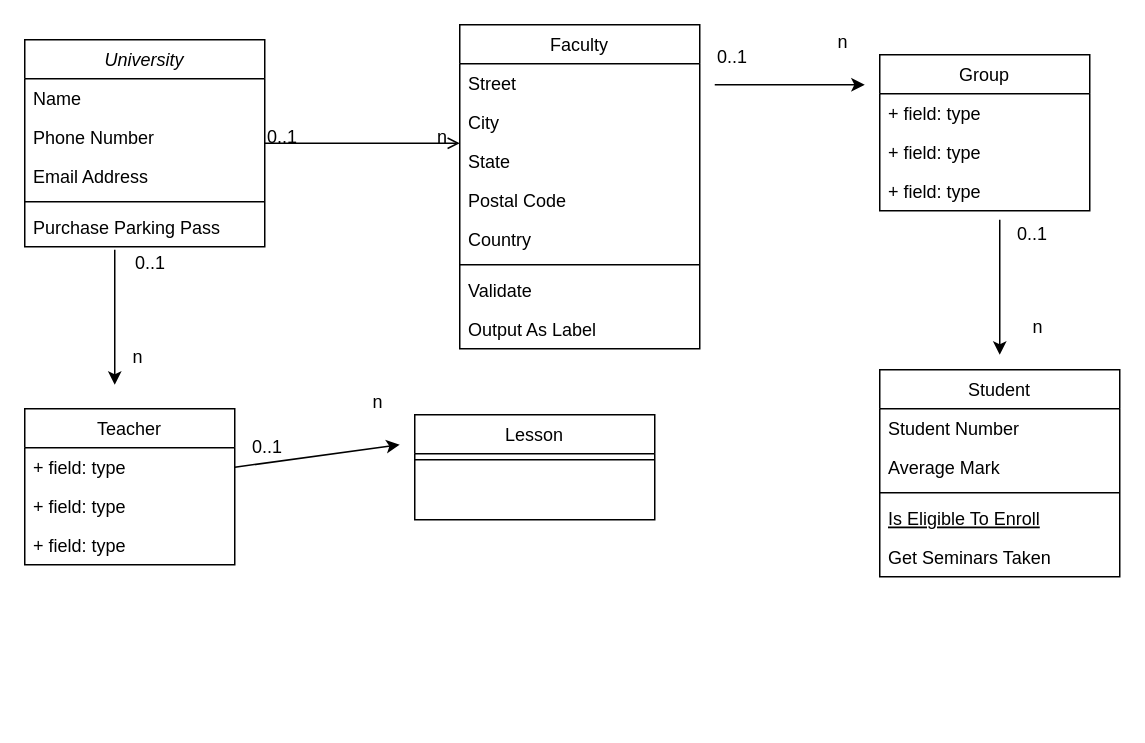
Earlier version of the draw.io diagram Untitled Diagram.drawio (Weather888/Diagrams). Source tidied: cells renumbered, new cells numbered last; positions are measured from the earlier drawing's top-left corner, leaving out a move shared by most shapes. Both pictures are drawn from the tidied source at 150%, with x=0, y=0 at pixel (24, 24).
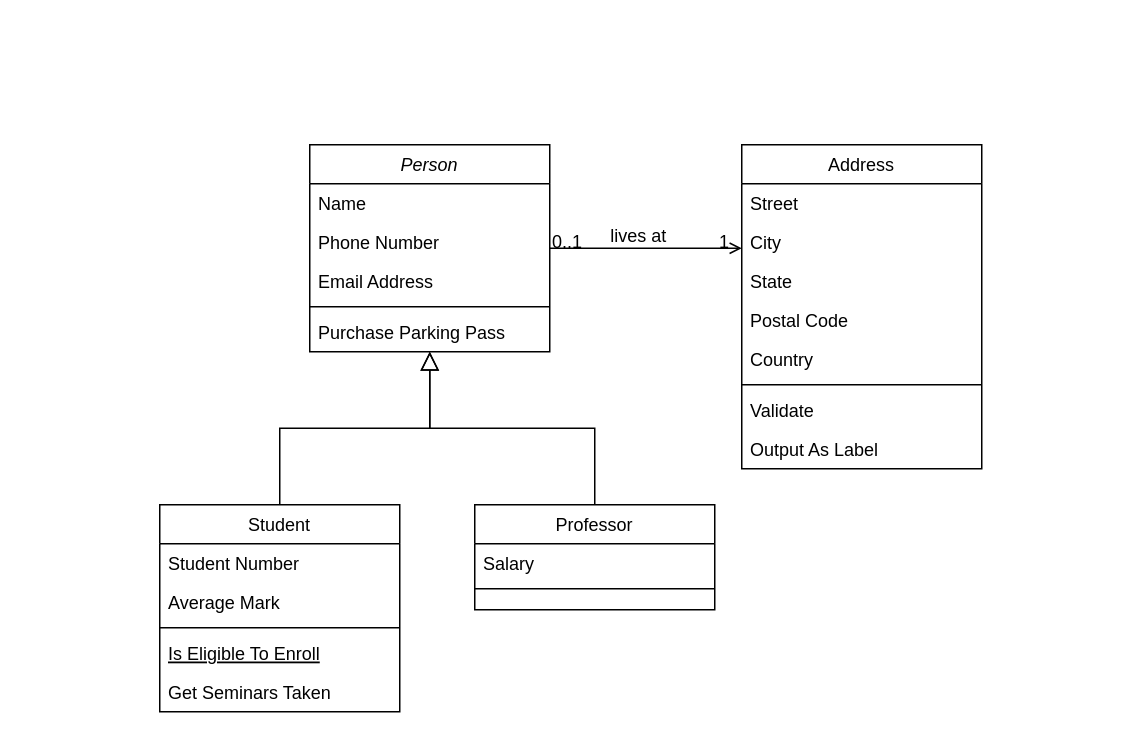
The same page after the edit.

Unchanged cells that the change refers to:
```xml
<mxCell id="25" style="endArrow=open;shadow=0;strokeWidth=1;rounded=0;endFill=1;edgeStyle=elbowEdgeStyle;elbow=vertical;" parent="1" edge="1" source="2" target="16">
  <mxGeometry x="0.5" y="41" relative="1" as="geometry">
    <mxPoint x="-40" y="32" as="offset" />
  </mxGeometry>
</mxCell>
```

Change to the diagram source:
```diff
@@
-    <mxCell id="2" value="University" style="swimlane;fontStyle=2;align=center;verticalAlign=top;horizontal=1;startSize=26;rounded=0;shadow=0;strokeWidth=1;" parent="1" vertex="1">
-      <mxGeometry y="10" width="160" height="138" as="geometry" />
+    <mxCell id="2" value="Person" style="swimlane;fontStyle=2;align=center;verticalAlign=top;horizontal=1;startSize=26;rounded=0;shadow=0;strokeWidth=1;" parent="1" vertex="1">
+      <mxGeometry x="190" y="80" width="160" height="138" as="geometry" />
     </mxCell>
@@
     <mxCell id="8" value="Student" style="swimlane;fontStyle=0;align=center;verticalAlign=top;horizontal=1;startSize=26;rounded=0;shadow=0;strokeWidth=1;" parent="1" vertex="1">
-      <mxGeometry x="570" y="230" width="160" height="138" as="geometry" />
+      <mxGeometry x="90" y="320" width="160" height="138" as="geometry" />
     </mxCell>
@@
+    <mxCell id="48" style="endArrow=block;endSize=10;endFill=0;shadow=0;strokeWidth=1;rounded=0;edgeStyle=elbowEdgeStyle;elbow=vertical;" parent="1" edge="1" source="8" target="2">
+      <mxGeometry relative="1" as="geometry" />
+    </mxCell>
-    <mxCell id="14" value="Lesson" style="swimlane;fontStyle=0;align=center;verticalAlign=top;horizontal=1;startSize=26;rounded=0;shadow=0;strokeWidth=1;" parent="1" vertex="1">
-      <mxGeometry x="260" y="260" width="160" height="70" as="geometry" />
+    <mxCell id="14" value="Professor" style="swimlane;fontStyle=0;align=center;verticalAlign=top;horizontal=1;startSize=26;rounded=0;shadow=0;strokeWidth=1;" parent="1" vertex="1">
+      <mxGeometry x="300" y="320" width="160" height="70" as="geometry" />
     </mxCell>
+    <mxCell id="49" value="Salary" style="text;align=left;verticalAlign=top;spacingLeft=4;spacingRight=4;overflow=hidden;" parent="14" vertex="1">
+      <mxGeometry y="26" width="160" height="26" as="geometry" />
+    </mxCell>
     <mxCell id="15" style="line;html=1;strokeWidth=1;align=left;verticalAlign=middle;spacingTop=-1;spacingLeft=3;spacingRight=3;labelPosition=right;" parent="14" vertex="1">
-      <mxGeometry y="26" width="160" height="8" as="geometry" />
+      <mxGeometry y="52" width="160" height="8" as="geometry" />
     </mxCell>
+    <mxCell id="50" style="endArrow=block;endSize=10;endFill=0;shadow=0;strokeWidth=1;rounded=0;edgeStyle=elbowEdgeStyle;elbow=vertical;" parent="1" edge="1" source="14" target="2">
+      <mxGeometry relative="1" as="geometry" />
+    </mxCell>
-    <mxCell id="16" value="Faculty" style="swimlane;fontStyle=0;align=center;verticalAlign=top;horizontal=1;startSize=26;rounded=0;shadow=0;strokeWidth=1;" parent="1" vertex="1">
-      <mxGeometry x="290" width="160" height="216" as="geometry" />
+    <mxCell id="16" value="Address" style="swimlane;fontStyle=0;align=center;verticalAlign=top;horizontal=1;startSize=26;rounded=0;shadow=0;strokeWidth=1;" parent="1" vertex="1">
+      <mxGeometry x="478" y="80" width="160" height="216" as="geometry" />
     </mxCell>
@@
-    <mxCell id="27" value="n" style="align=right;verticalAlign=bottom;labelBackgroundColor=none;fontSize=12;" parent="25" vertex="1">
+    <mxCell id="27" value="1" style="align=right;verticalAlign=bottom;labelBackgroundColor=none;fontSize=12;" parent="25" vertex="1">
       <mxGeometry x="1" relative="1" as="geometry">
         <mxPoint x="-7" y="4" as="offset" />
       </mxGeometry>
     </mxCell>
-    <mxCell id="28" value="Teacher" style="swimlane;fontStyle=0;horizontal=1;startSize=26;fillColor=none;" parent="1" vertex="1">
-      <mxGeometry y="256" width="140" height="104" as="geometry" />
-    </mxCell>
-    <mxCell id="29" value="+ field: type" style="text;strokeColor=none;fillColor=none;align=left;verticalAlign=top;spacingLeft=4;spacingRight=4;overflow=hidden;points=[[0,0.5],[1,0.5]];portConstraint=eastwest;" parent="28" vertex="1">
-      <mxGeometry y="26" width="140" height="26" as="geometry" />
-    </mxCell>
-    <mxCell id="30" value="+ field: type" style="text;strokeColor=none;fillColor=none;align=left;verticalAlign=top;spacingLeft=4;spacingRight=4;overflow=hidden;" parent="28" vertex="1">
-      <mxGeometry y="52" width="140" height="26" as="geometry" />
-    </mxCell>
-    <mxCell id="31" value="+ field: type" style="text;strokeColor=none;fillColor=none;align=left;verticalAlign=top;spacingLeft=4;spacingRight=4;overflow=hidden;" parent="28" vertex="1">
-      <mxGeometry y="78" width="140" height="26" as="geometry" />
-    </mxCell>
-    <mxCell id="32" style="endArrow=classic;html=1;rounded=0;" parent="1" edge="1">
-      <mxGeometry relative="1" as="geometry">
-        <mxPoint x="60" y="150" as="sourcePoint" />
-        <mxPoint x="60" y="240" as="targetPoint" />
-      </mxGeometry>
-    </mxCell>
-    <mxCell id="33" value="0..1" style="align=left;verticalAlign=bottom;labelBackgroundColor=none;fontSize=12;" parent="1" vertex="1">
-      <mxGeometry x="70" y="160" as="geometry">
-        <mxPoint x="2" y="7" as="offset" />
-      </mxGeometry>
-    </mxCell>
-    <mxCell id="34" value="n" style="align=right;verticalAlign=bottom;labelBackgroundColor=none;fontSize=12;" parent="1" vertex="1">
-      <mxGeometry x="80" y="230" as="geometry" />
-    </mxCell>
-    <mxCell id="35" style="endArrow=classic;html=1;rounded=0;exitX=1;exitY=0.5;exitDx=0;exitDy=0;" parent="1" edge="1" source="29">
-      <mxGeometry relative="1" as="geometry">
-        <mxPoint x="250" y="280" as="targetPoint" />
-      </mxGeometry>
-    </mxCell>
-    <mxCell id="36" value="0..1" style="align=left;verticalAlign=bottom;labelBackgroundColor=none;fontSize=12;" parent="1" vertex="1">
-      <mxGeometry x="148" y="283" as="geometry">
-        <mxPoint x="2" y="7" as="offset" />
-      </mxGeometry>
-    </mxCell>
-    <mxCell id="37" value="n" style="align=right;verticalAlign=bottom;labelBackgroundColor=none;fontSize=12;" parent="1" vertex="1">
-      <mxGeometry x="240" y="260" as="geometry" />
-    </mxCell>
-    <mxCell id="38" value="Group" style="swimlane;fontStyle=0;horizontal=1;startSize=26;fillColor=none;" parent="1" vertex="1">
-      <mxGeometry x="570" y="20" width="140" height="104" as="geometry" />
-    </mxCell>
-    <mxCell id="39" value="+ field: type" style="text;strokeColor=none;fillColor=none;align=left;verticalAlign=top;spacingLeft=4;spacingRight=4;overflow=hidden;" parent="38" vertex="1">
-      <mxGeometry y="26" width="140" height="26" as="geometry" />
-    </mxCell>
-    <mxCell id="40" value="+ field: type" style="text;strokeColor=none;fillColor=none;align=left;verticalAlign=top;spacingLeft=4;spacingRight=4;overflow=hidden;" parent="38" vertex="1">
-      <mxGeometry y="52" width="140" height="26" as="geometry" />
-    </mxCell>
-    <mxCell id="41" value="+ field: type" style="text;strokeColor=none;fillColor=none;align=left;verticalAlign=top;spacingLeft=4;spacingRight=4;overflow=hidden;" parent="38" vertex="1">
-      <mxGeometry y="78" width="140" height="26" as="geometry" />
-    </mxCell>
-    <mxCell id="42" style="endArrow=classic;html=1;rounded=0;" parent="1" edge="1">
-      <mxGeometry relative="1" as="geometry">
-        <mxPoint x="460" y="40" as="sourcePoint" />
-        <mxPoint x="560" y="40" as="targetPoint" />
-      </mxGeometry>
-    </mxCell>
-    <mxCell id="43" value="0..1" style="align=left;verticalAlign=bottom;labelBackgroundColor=none;fontSize=12;" parent="1" vertex="1">
-      <mxGeometry x="460" y="30" as="geometry" />
-    </mxCell>
-    <mxCell id="44" value="n" style="align=right;verticalAlign=bottom;labelBackgroundColor=none;fontSize=12;" parent="1" vertex="1">
-      <mxGeometry x="550" y="20" as="geometry" />
-    </mxCell>
-    <mxCell id="45" style="endArrow=classic;html=1;rounded=0;" parent="1" edge="1">
-      <mxGeometry relative="1" as="geometry">
-        <mxPoint x="650" y="130" as="sourcePoint" />
-        <mxPoint x="650" y="220" as="targetPoint" />
-      </mxGeometry>
-    </mxCell>
-    <mxCell id="46" value="0..1" style="align=left;verticalAlign=bottom;labelBackgroundColor=none;fontSize=12;" parent="1" vertex="1">
-      <mxGeometry x="660" y="148" as="geometry" />
-    </mxCell>
-    <mxCell id="47" value="n" style="align=right;verticalAlign=bottom;labelBackgroundColor=none;fontSize=12;" parent="1" vertex="1">
-      <mxGeometry x="680" y="210" as="geometry" />
-    </mxCell>
+    <mxCell id="51" value="lives at" style="text;html=1;align=center;verticalAlign=middle;labelBackgroundColor=none;rounded=0;shadow=0;strokeWidth=1;fontSize=12;" parent="25" vertex="1">
+      <mxGeometry x="0.5" y="49" relative="1" as="geometry">
+        <mxPoint x="-38" y="40" as="offset" />
+      </mxGeometry>
+    </mxCell>
```
